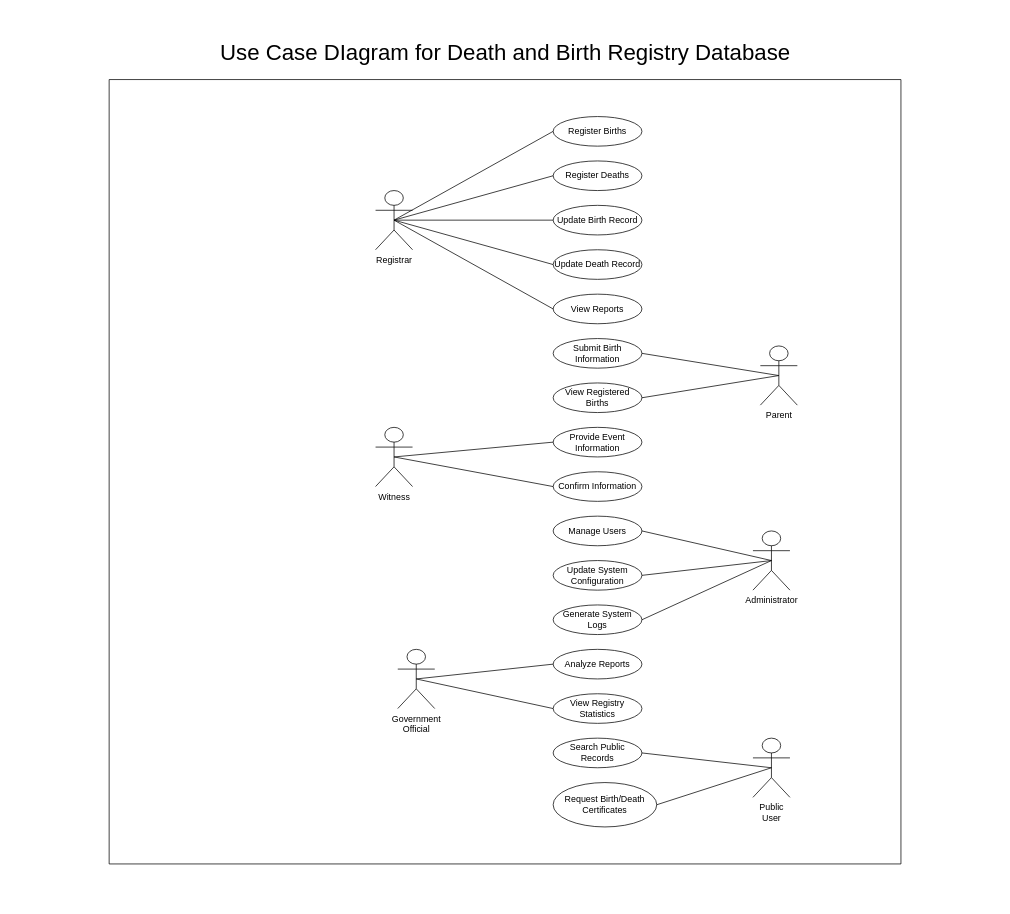
This is DBRegistryUseCaseDiagram.drawio from brabentil/database_diagrams, a draw.io file, before an edit. Source tidied: cells renumbered, new cells numbered last; positions are measured from the earlier drawing's top-left corner, leaving out a move shared by most shapes. Both pictures are drawn from the tidied source at 74%, with x=0, y=0 at pixel (109, 33).
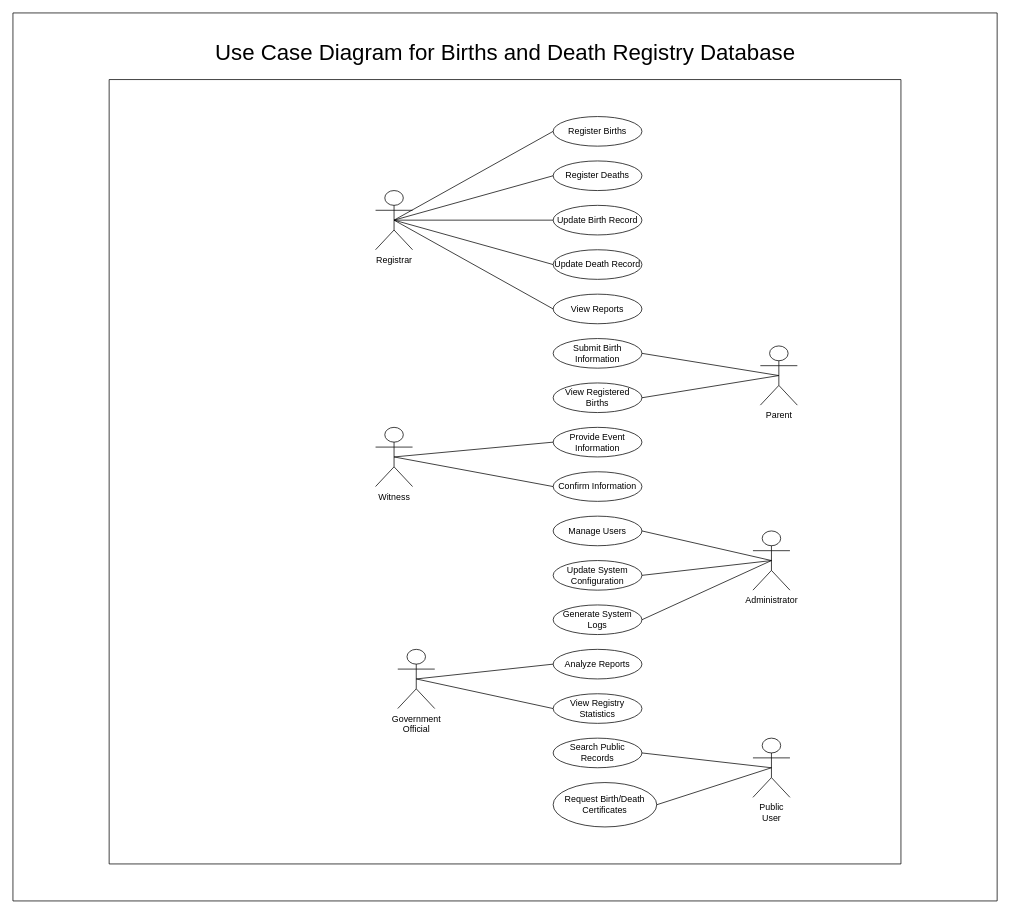
The same diagram, later.

What changed in the source:
```diff
@@
-    <mxCell id="41" value="&lt;font style=&quot;font-size: 30px;&quot;&gt;Use Case DIagram for Death and Birth Registry Database&lt;/font&gt;" style="text;html=1;align=center;verticalAlign=middle;strokeColor=none;fillColor=none;" parent="1" vertex="1">
-      <mxGeometry x="140" width="790" height="50" as="geometry" />
+    <mxCell id="41" value="&lt;font style=&quot;font-size: 30px;&quot;&gt;Use Case Diagram for Births and&amp;nbsp;Death&amp;nbsp;Registry Database&lt;/font&gt;" style="text;html=1;align=center;verticalAlign=middle;strokeColor=none;fillColor=none;" parent="1" vertex="1">
+      <mxGeometry x="130" width="810" height="50" as="geometry" />
     </mxCell>
+    <mxCell id="42" style="swimlane;startSize=0;" parent="1" vertex="1">
+      <mxGeometry x="-130" y="-28" width="1330" height="1200" as="geometry" />
+    </mxCell>
```
